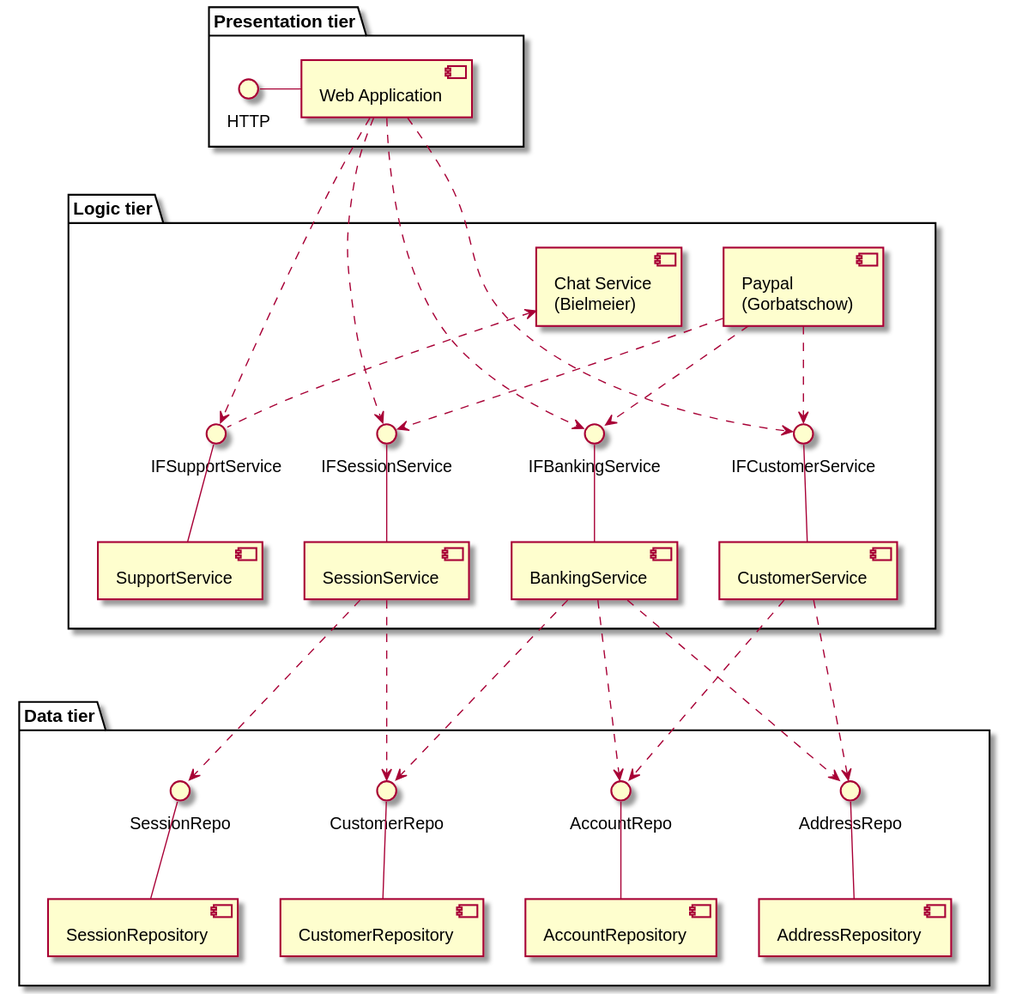
SteffBauer/sw_project keeps this PlantUML diagram as documentation/diagrams/generatedDiagrams/DiagramComponent_BankingService.svg. Above is the earlier version. Source of this version:
```plantuml
@startuml

package "Presentation tier" as presentation {
  HTTP - [Web Application]
}

package "Logic tier" as logic {
  IFSupportService -down- [SupportService]
  IFBankingService -down- [BankingService]
  IFSessionService -down- [SessionService]
  IFCustomerService -down- [CustomerService]

  [Web Application] .> IFBankingService
  [Web Application] ...> IFSessionService
  [Web Application] .> IFCustomerService
  [Web Application] .> IFSupportService

  [Paypal\n(Gorbatschow)] .down.> IFBankingService
  [Paypal\n(Gorbatschow)] .down.> IFCustomerService
  [Paypal\n(Gorbatschow)] .down.> IFSessionService

  IFSupportService .up.> [Chat Service\n(Bielmeier)]

}

package "Data tier" as data {
  CustomerRepo -down- [CustomerRepository]
  AccountRepo -down- [AccountRepository]
  AddressRepo -down- [AddressRepository]
  SessionRepo -down- [SessionRepository]

  [BankingService] ...> CustomerRepo
  [SessionService] ...> CustomerRepo

  [BankingService] .> AddressRepo
  [CustomerService] .> AddressRepo

  [BankingService] .> AccountRepo
  [CustomerService] .> AccountRepo

  [SessionService] -..> SessionRepo
}

presentation -[hidden]-> logic
logic -[hidden]-> data




@enduml
```
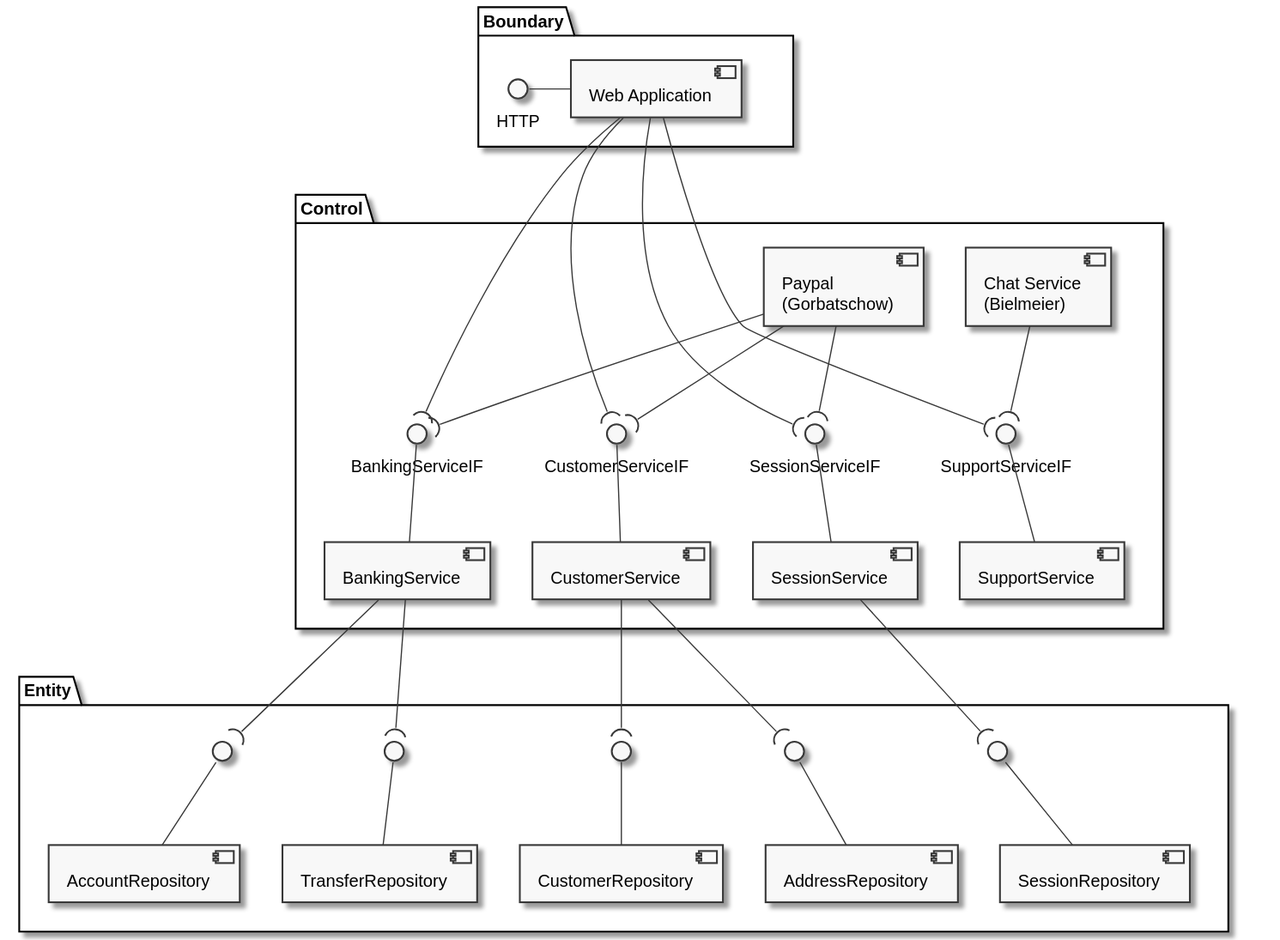
Later version of the same file.

Commit message:
changed diagrams to monochrome look

Change to the diagram source:
```diff
@@ -1,47 +1,63 @@
 @startuml
 
-package "Presentation tier" as presentation {
+
+skinparam monochrome true
+
+package "Boundary" as presentation {
   HTTP - [Web Application]
 }
 
-package "Logic tier" as logic {
-  IFSupportService -down- [SupportService]
-  IFBankingService -down- [BankingService]
-  IFSessionService -down- [SessionService]
-  IFCustomerService -down- [CustomerService]
+package "Control" as logic {
+  [Paypal\n(Gorbatschow)] as paypal
+  [Chat Service\n(Bielmeier)] as chat
 
-  [Web Application] .> IFBankingService
-  [Web Application] ...> IFSessionService
-  [Web Application] .> IFCustomerService
-  [Web Application] .> IFSupportService
+  [SessionService] -up-() SessionServiceIF
+  SessionServiceIF )-up- [Web Application]
+  SessionServiceIF )-up- paypal
 
-  [Paypal\n(Gorbatschow)] .down.> IFBankingService
-  [Paypal\n(Gorbatschow)] .down.> IFCustomerService
-  [Paypal\n(Gorbatschow)] .down.> IFSessionService
+  [CustomerService] -up-() CustomerServiceIF
+  CustomerServiceIF )-up- [Web Application]
+  CustomerServiceIF )-up- paypal
 
-  IFSupportService .up.> [Chat Service\n(Bielmeier)]
+  [BankingService] -up-() BankingServiceIF
+  BankingServiceIF )-up- [Web Application]
+  BankingServiceIF )-up- paypal
+
+  [SupportService] -up-() SupportServiceIF
+  SupportServiceIF )-up- [Web Application]
+  SupportServiceIF )-up- chat
+
+  chat -[hidden]-> [SupportService]
+
+
 
 }
 
-package "Data tier" as data {
-  CustomerRepo -down- [CustomerRepository]
-  AccountRepo -down- [AccountRepository]
-  AddressRepo -down- [AddressRepository]
-  SessionRepo -down- [SessionRepository]
+package "Entity" as data {
+  interface " " as IF1
+  interface " " as IF2
+  interface " " as IF3
+  interface " " as IF4
+  interface " " as IF5
 
-  [BankingService] ...> CustomerRepo
-  [SessionService] ...> CustomerRepo
+  [SessionRepository] -up-() IF1
+  IF1 )-up- [SessionService]
 
-  [BankingService] .> AddressRepo
-  [CustomerService] .> AddressRepo
+  [AccountRepository] -up-() IF2
+  IF2 )-up- [BankingService]
 
-  [BankingService] .> AccountRepo
-  [CustomerService] .> AccountRepo
+  [TransferRepository] -up-() IF3
+  IF3 )-up- [BankingService]
 
-  [SessionService] -..> SessionRepo
+  [CustomerRepository] -up-() IF4
+  IF4 )-up- [CustomerService]
+
+  [AddressRepository] -up-() IF5
+  IF5 )-up- [CustomerService]
 }
 
 presentation -[hidden]-> logic
+presentation -[hidden]-> data
 logic -[hidden]-> data
 
 
```
